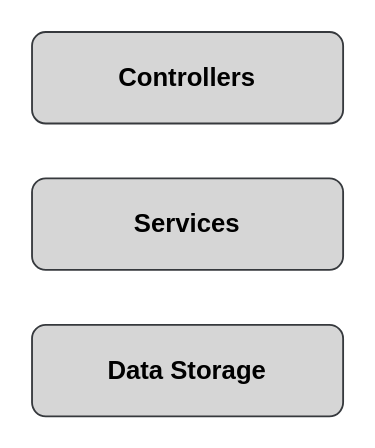
The draw.io diagram docs/Schemas/APILayers.drawio in yeetus-deletus-neves/PhishingNet, before the edit. Source tidied: cells renumbered, new cells numbered last; positions are measured from the earlier drawing's top-left corner, leaving out a move shared by most shapes. Both pictures are drawn from the tidied source at 183%, with x=0, y=0 at pixel (31, 31).
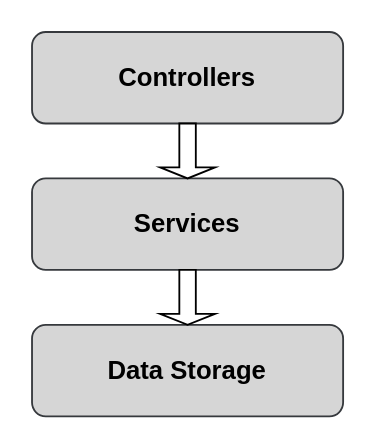
The same page after the edit.

Diff of the diagram source:
```diff
@@
 <mxGraphModel>
   <root>
     <mxCell id="0" />
     <mxCell id="1" parent="0" />
     <mxCell id="2" value="&lt;h3&gt;Controllers&lt;/h3&gt;" style="rounded=1;whiteSpace=wrap;html=1;fillColor=#d6d6d6;strokeColor=#36393d;" parent="1" vertex="1">
       <mxGeometry width="170" height="50" as="geometry" />
     </mxCell>
     <mxCell id="3" value="&lt;h3&gt;Services&lt;/h3&gt;" style="rounded=1;whiteSpace=wrap;html=1;fillColor=#d6d6d6;strokeColor=#36393d;" parent="1" vertex="1">
       <mxGeometry y="80" width="170" height="50" as="geometry" />
     </mxCell>
     <mxCell id="4" value="&lt;h3&gt;Data Storage&lt;/h3&gt;" style="rounded=1;whiteSpace=wrap;html=1;fillColor=#d6d6d6;strokeColor=#36393d;" parent="1" vertex="1">
       <mxGeometry y="160" width="170" height="50" as="geometry" />
     </mxCell>
+    <mxCell id="5" style="shape=singleArrow;direction=south;whiteSpace=wrap;html=1;" parent="1" vertex="1">
+      <mxGeometry x="70" y="50" width="30" height="30" as="geometry" />
+    </mxCell>
+    <mxCell id="6" style="shape=singleArrow;direction=south;whiteSpace=wrap;html=1;" parent="1" vertex="1">
+      <mxGeometry x="70" y="130" width="30" height="30" as="geometry" />
+    </mxCell>
   </root>
 </mxGraphModel>
```
